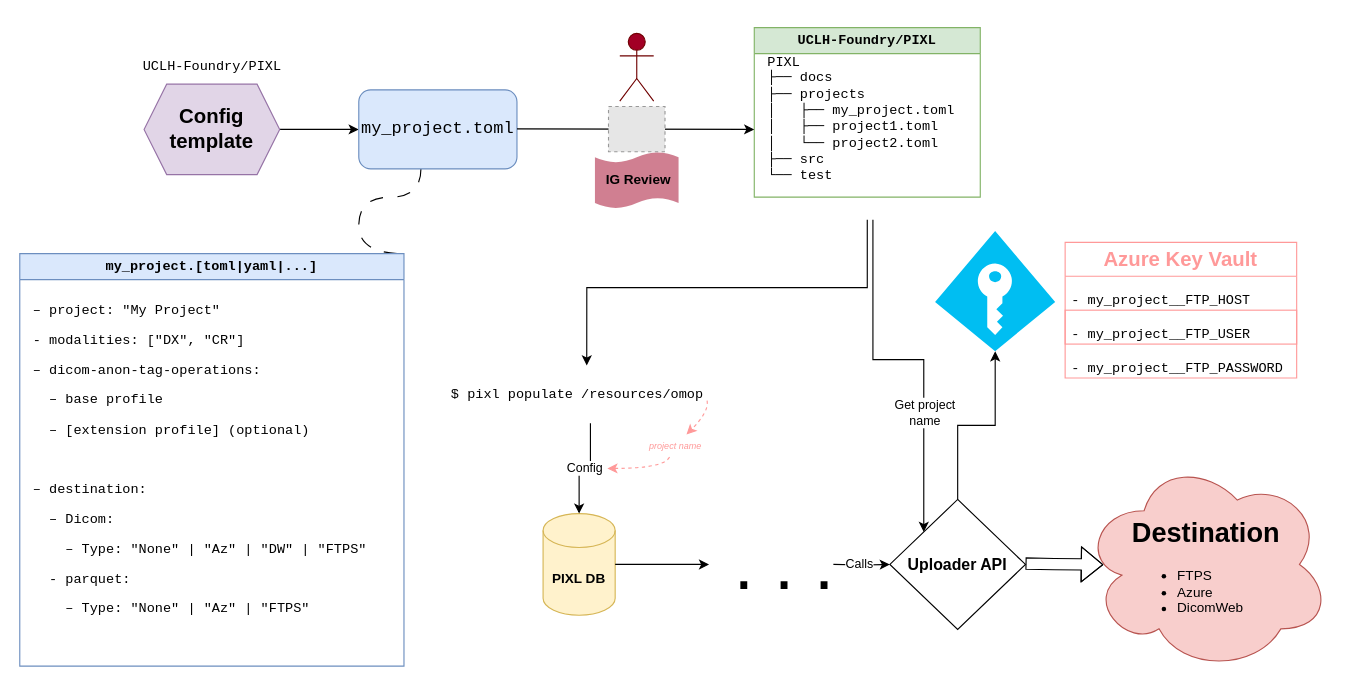
Earlier version of the draw.io diagram docs/design/diagrams/pixl-multi-project-config.drawio (SAFEHR-data/PIXL). Source tidied: cells renumbered, new cells numbered last; positions are measured from the earlier drawing's top-left corner, leaving out a move shared by most shapes. Both pictures are drawn from the tidied source at 113%, with x=0, y=0 at pixel (19, 27). Pictures stored in the file or linked from it are replaced by grey dashed boxes.
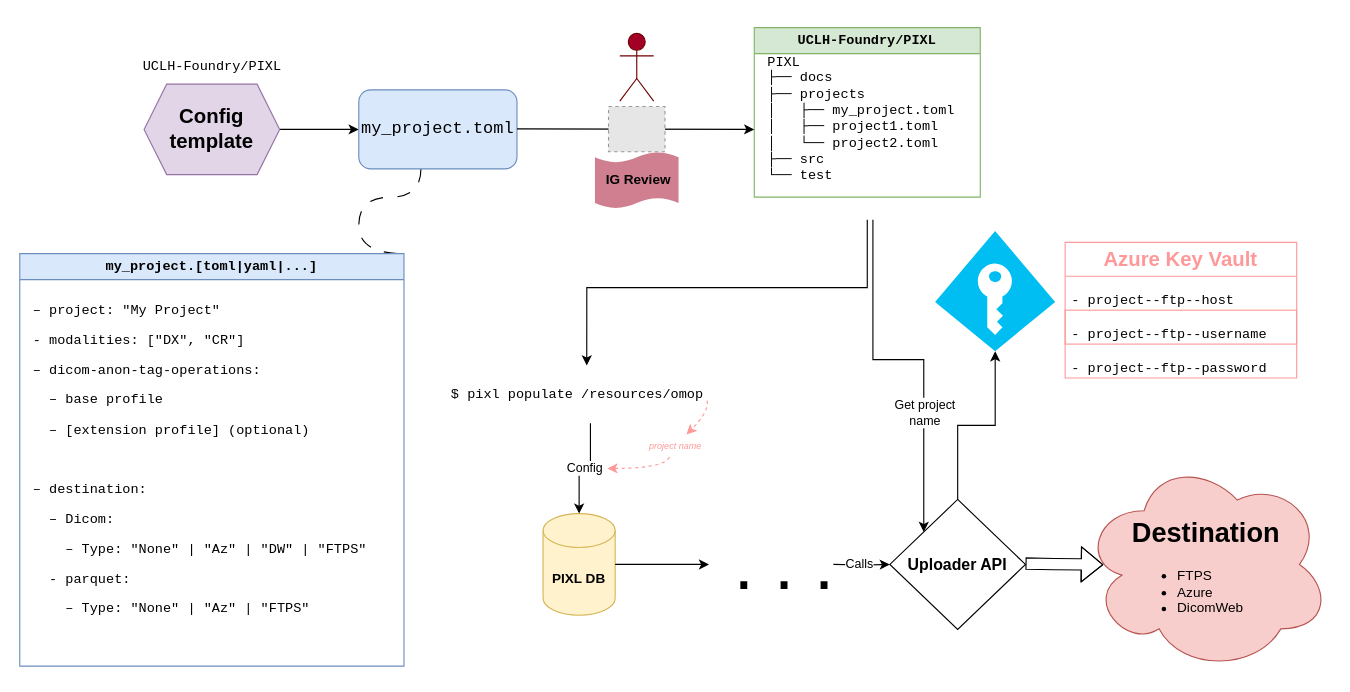
After the change.

Commit message (it also covers changes not shown here):
Fix Keyvault secret names in diagram

Unchanged cells that the change refers to:
```xml
<mxCell id="23" value="&lt;h2&gt;&lt;font color=&quot;#ff9999&quot;&gt;Azure Key Vault&lt;/font&gt;&lt;/h2&gt;" style="swimlane;fontStyle=0;horizontal=1;startSize=30;whiteSpace=wrap;html=1;strokeColor=#FF9999;" parent="21" vertex="1">
  <mxGeometry x="115.1" y="10" width="204.9" height="120" as="geometry" />
</mxCell>
```

What changed in the source:
```diff
@@
-    <mxCell id="24" value="&lt;pre&gt;-&amp;nbsp;my_project__FTP_HOST&lt;/pre&gt;" style="text;strokeColor=none;fillColor=none;align=left;verticalAlign=middle;spacingLeft=4;spacingRight=4;overflow=hidden;whiteSpace=wrap;html=1;" parent="23" vertex="1">
+    <mxCell id="24" value="&lt;pre&gt;-&amp;nbsp;project--ftp--host&lt;/pre&gt;" style="text;strokeColor=none;fillColor=none;align=left;verticalAlign=middle;spacingLeft=4;spacingRight=4;overflow=hidden;whiteSpace=wrap;html=1;" parent="23" vertex="1">
       <mxGeometry y="30" width="204.9" height="30" as="geometry" />
     </mxCell>
-    <mxCell id="25" value="&lt;pre style=&quot;border-color: var(--border-color);&quot;&gt;-&amp;nbsp;my_project__FTP_USER&lt;/pre&gt;" style="text;strokeColor=#FF9999;fillColor=none;align=left;verticalAlign=middle;spacingLeft=4;spacingRight=4;overflow=hidden;whiteSpace=wrap;html=1;" parent="23" vertex="1">
+    <mxCell id="25" value="&lt;pre style=&quot;border-color: var(--border-color);&quot;&gt;-&amp;nbsp;project--ftp--username&lt;/pre&gt;" style="text;strokeColor=#FF9999;fillColor=none;align=left;verticalAlign=middle;spacingLeft=4;spacingRight=4;overflow=hidden;whiteSpace=wrap;html=1;" parent="23" vertex="1">
       <mxGeometry y="60" width="204.9" height="30" as="geometry" />
     </mxCell>
-    <mxCell id="26" value="&lt;pre style=&quot;border-color: var(--border-color);&quot;&gt;-&amp;nbsp;my_project__FTP_PASSWORD&lt;/pre&gt;" style="text;strokeColor=none;fillColor=none;align=left;verticalAlign=middle;spacingLeft=4;spacingRight=4;overflow=hidden;whiteSpace=wrap;html=1;" parent="23" vertex="1">
+    <mxCell id="26" value="&lt;pre style=&quot;border-color: var(--border-color);&quot;&gt;-&amp;nbsp;project--ftp--password&lt;/pre&gt;" style="text;strokeColor=none;fillColor=none;align=left;verticalAlign=middle;spacingLeft=4;spacingRight=4;overflow=hidden;whiteSpace=wrap;html=1;" parent="23" vertex="1">
       <mxGeometry y="90" width="204.9" height="30" as="geometry" />
     </mxCell>
```
